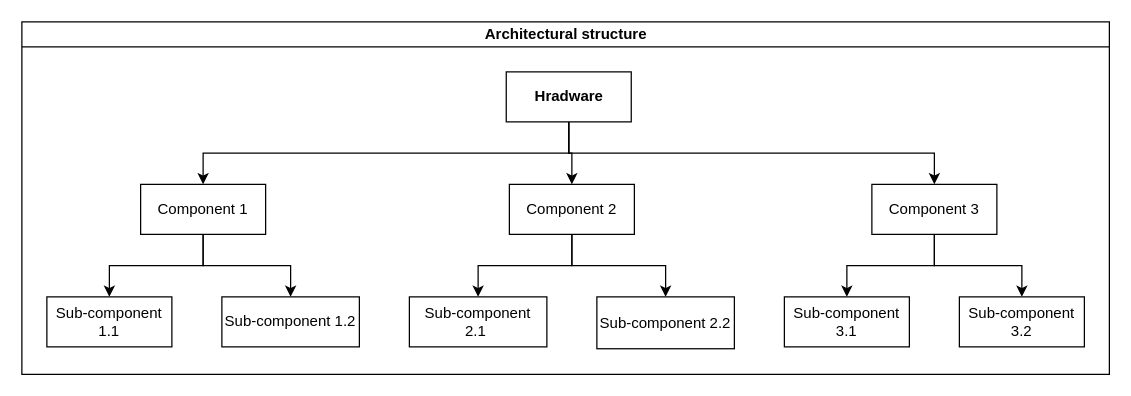
Earlier version of the draw.io diagram Architectural model of mechanical structure for template.drawio (amerezoji1362/drawio-github). Source tidied: cells renumbered, new cells numbered last; positions are measured from the earlier drawing's top-left corner, leaving out a move shared by most shapes. Both pictures are drawn from the tidied source at 125%, with x=0, y=0 at pixel (21, 21).
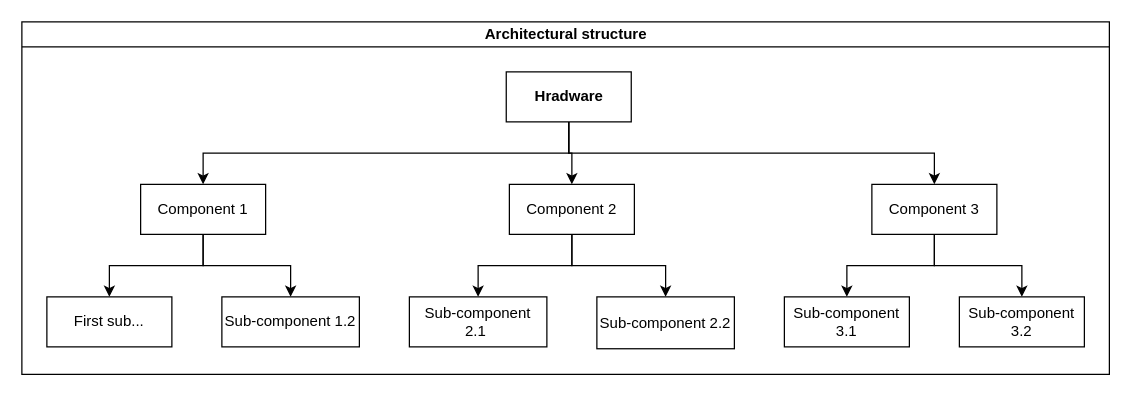
After the change.

Unchanged cells that the change refers to:
```xml
<mxCell id="2" value="Architectural structure " style="swimlane;html=1;startSize=20;horizontal=1;horizontalTree=0;containerType=tree;" parent="1" vertex="1">
  <mxGeometry width="870" height="282" as="geometry" />
</mxCell>
```

Diff of the diagram source:
```diff
@@
-    <mxCell id="9" value="Sub-component 1.1 " style="whiteSpace=wrap;html=1;" parent="2" vertex="1">
+    <mxCell id="9" value="First sub..." style="whiteSpace=wrap;html=1;" parent="2" vertex="1">
       <mxGeometry x="20" y="220" width="100" height="40" as="geometry" />
     </mxCell>
```
